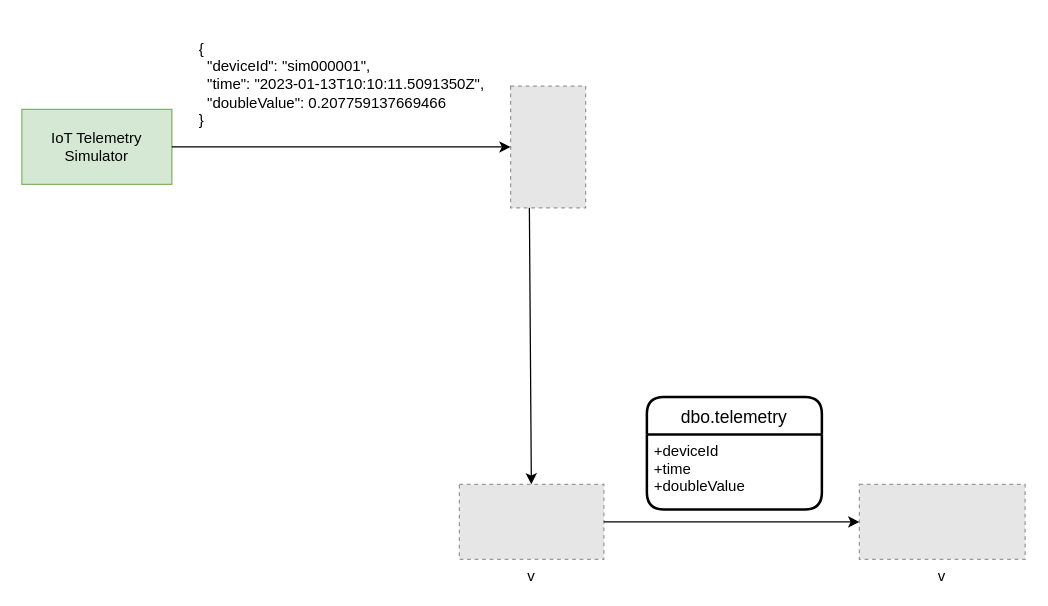
syedhassaanahmed/portable-etl keeps this draw.io diagram as docs/architecture.drawio. Above is the earlier version. Source tidied: cells renumbered, new cells numbered last; positions are measured from the earlier drawing's top-left corner, leaving out a move shared by most shapes. Both pictures are drawn from the tidied source at 125%, with x=0, y=0 at pixel (21, 21). Pictures stored in the file or linked from it are replaced by grey dashed boxes.
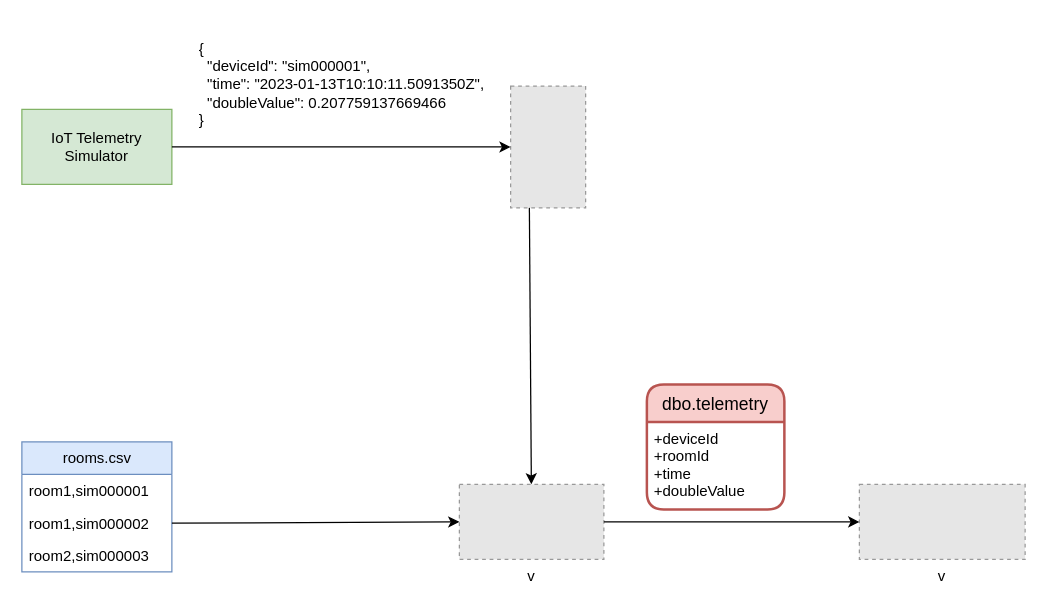
Above is the later version.

Diff of the diagram source:
```diff
@@
 <mxGraphModel>
   <root>
     <mxCell id="0" />
     <mxCell id="1" parent="0" />
     <mxCell id="2" value="IoT Telemetry Simulator" style="rounded=0;whiteSpace=wrap;html=1;fillColor=#d5e8d4;strokeColor=#82b366;" parent="1" vertex="1">
       <mxGeometry y="70" width="120" height="60" as="geometry" />
     </mxCell>
     <mxCell id="3" style="fillColor=#E6E6E6;strokeColor=#999999;dashed=1;verticalLabelPosition=bottom;labelBackgroundColor=default;verticalAlign=top;" parent="1" vertex="1">
       <mxGeometry x="391" y="51.3" width="60" height="97.5" as="geometry" />
     </mxCell>
     <mxCell id="4" value="v" style="fillColor=#E6E6E6;strokeColor=#999999;dashed=1;verticalLabelPosition=bottom;labelBackgroundColor=default;verticalAlign=top;" parent="1" vertex="1">
       <mxGeometry x="350" y="370" width="115.6" height="60" as="geometry" />
     </mxCell>
     <mxCell id="5" value="v" style="fillColor=#E6E6E6;strokeColor=#999999;dashed=1;verticalLabelPosition=bottom;labelBackgroundColor=default;verticalAlign=top;" parent="1" vertex="1">
       <mxGeometry x="670" y="370" width="132.6" height="60" as="geometry" />
     </mxCell>
     <mxCell id="6" style="endArrow=classic;html=1;rounded=0;exitX=1;exitY=0.5;exitDx=0;exitDy=0;entryX=0;entryY=0.5;entryDx=0;entryDy=0;" parent="1" edge="1" source="2" target="3">
       <mxGeometry relative="1" as="geometry" />
     </mxCell>
     <mxCell id="7" style="endArrow=classic;html=1;rounded=0;exitX=0.25;exitY=1;exitDx=0;exitDy=0;" parent="1" edge="1" source="3" target="4">
       <mxGeometry relative="1" as="geometry" />
     </mxCell>
     <mxCell id="8" style="endArrow=classic;html=1;rounded=0;exitX=1;exitY=0.5;exitDx=0;exitDy=0;" parent="1" edge="1" source="4" target="5">
       <mxGeometry relative="1" as="geometry" />
     </mxCell>
     <mxCell id="9" value="&lt;div&gt;{&lt;/div&gt;&lt;div&gt;&amp;nbsp; &quot;deviceId&quot;: &quot;sim000001&quot;,&lt;/div&gt;&lt;div&gt;&amp;nbsp; &quot;time&quot;: &quot;2023-01-13T10:10:11.5091350Z&quot;,&lt;/div&gt;&lt;div&gt;&amp;nbsp; &quot;doubleValue&quot;: 0.207759137669466&lt;/div&gt;&lt;div&gt;}&lt;/div&gt;" style="text;html=1;strokeColor=none;fillColor=none;align=left;verticalAlign=middle;whiteSpace=wrap;rounded=0;" parent="1" vertex="1">
       <mxGeometry x="140" width="300" height="100" as="geometry" />
     </mxCell>
-    <mxCell id="10" value="dbo.telemetry" style="swimlane;horizontal=1;startSize=30;rounded=1;fontSize=14;fontStyle=0;strokeWidth=2;shadow=0;dashed=0;align=center;" parent="1" vertex="1">
-      <mxGeometry x="500" y="300" width="140" height="90" as="geometry" />
+    <mxCell id="10" value="dbo.telemetry" style="swimlane;horizontal=1;startSize=30;rounded=1;fontSize=14;fontStyle=0;strokeWidth=2;shadow=0;dashed=0;align=center;fillColor=#f8cecc;strokeColor=#b85450;" parent="1" vertex="1">
+      <mxGeometry x="500" y="290" width="110" height="100" as="geometry" />
     </mxCell>
-    <mxCell id="11" value="+deviceId&#10;+time&#10;+doubleValue" style="align=left;strokeColor=none;fillColor=none;spacingLeft=4;fontSize=12;verticalAlign=top;" parent="10" vertex="1">
-      <mxGeometry y="30" width="140" height="60" as="geometry" />
+    <mxCell id="11" value="+deviceId&#10;+roomId&#10;+time&#10;+doubleValue" style="align=left;strokeColor=none;fillColor=none;spacingLeft=4;fontSize=12;verticalAlign=top;" parent="10" vertex="1">
+      <mxGeometry y="30" width="110" height="70" as="geometry" />
     </mxCell>
+    <mxCell id="12" value="rooms.csv" style="swimlane;fontStyle=0;horizontal=1;startSize=26;fillColor=#dae8fc;html=1;strokeColor=#6c8ebf;" parent="1" vertex="1">
+      <mxGeometry y="336" width="120" height="104" as="geometry" />
+    </mxCell>
+    <mxCell id="13" value="room1,sim000001" style="text;strokeColor=none;fillColor=none;align=left;verticalAlign=top;spacingLeft=4;spacingRight=4;overflow=hidden;whiteSpace=wrap;html=1;" parent="12" vertex="1">
+      <mxGeometry y="26" width="120" height="26" as="geometry" />
+    </mxCell>
+    <mxCell id="14" value="room1,sim000002" style="text;strokeColor=none;fillColor=none;align=left;verticalAlign=top;spacingLeft=4;spacingRight=4;overflow=hidden;points=[[0,0.5],[1,0.5]];portConstraint=eastwest;whiteSpace=wrap;html=1;" parent="12" vertex="1">
+      <mxGeometry y="52" width="120" height="26" as="geometry" />
+    </mxCell>
+    <mxCell id="15" value="room2,sim000003" style="text;strokeColor=none;fillColor=none;align=left;verticalAlign=top;spacingLeft=4;spacingRight=4;overflow=hidden;whiteSpace=wrap;html=1;" parent="12" vertex="1">
+      <mxGeometry y="78" width="120" height="26" as="geometry" />
+    </mxCell>
+    <mxCell id="16" style="endArrow=classic;html=1;rounded=0;exitX=1;exitY=0.5;exitDx=0;exitDy=0;entryX=0;entryY=0.5;entryDx=0;entryDy=0;" parent="1" edge="1" source="14" target="4">
+      <mxGeometry relative="1" as="geometry" />
+    </mxCell>
   </root>
 </mxGraphModel>
```
